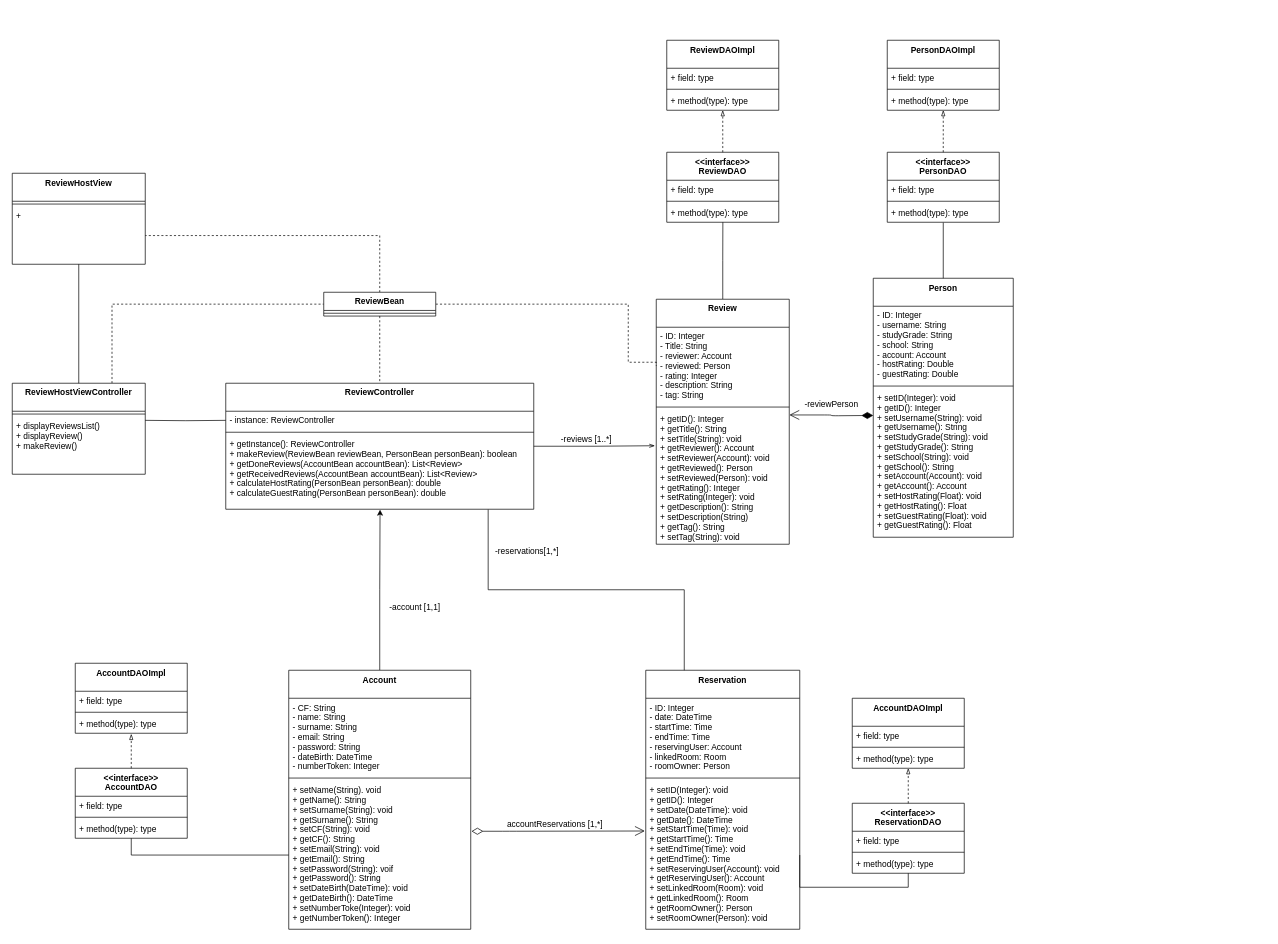
nic-agos/DoveStudi keeps this draw.io diagram as Deliverables/Design Level Class Diagram/DLCD ReviewHost Agostinelli.drawio. Above is the earlier version. Source tidied: cells renumbered, new cells numbered last; positions are measured from the earlier drawing's top-left corner, leaving out a move shared by most shapes. Both pictures are drawn from the tidied source at 70%, with x=0, y=0 at pixel (12, 40).
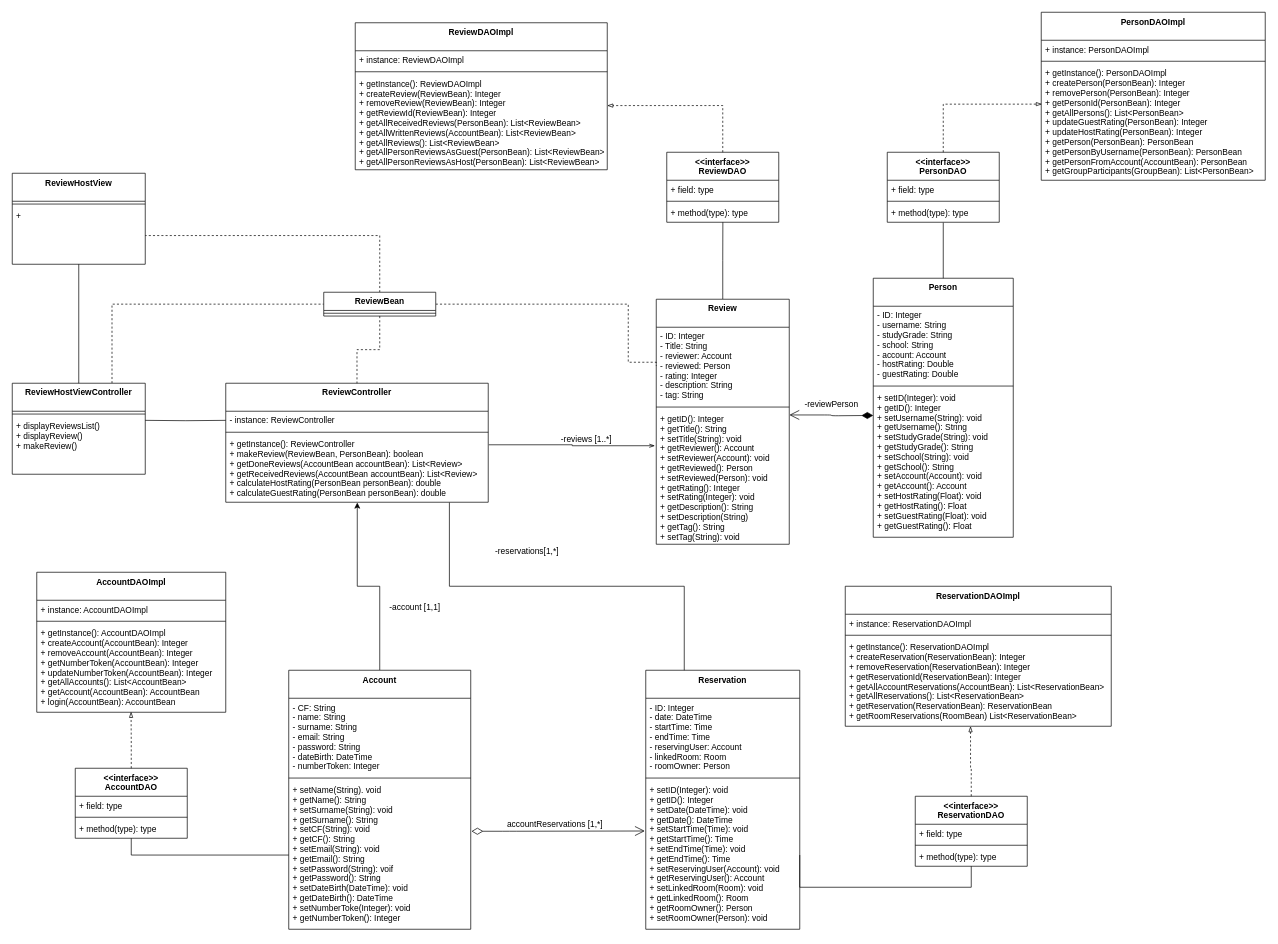
The same diagram, later.

Unchanged cells that the change refers to:
```xml
<mxCell id="20" value="+ getID(): Integer&#10;+ getTitle(): String&#10;+ setTitle(String): void&#10;+ getReviewer(): Account&#10;+ setReviewer(Account): void&#10;+ getReviewed(): Person&#10;+ setReviewed(Person): void&#10;+ getRating(): Integer&#10;+ setRating(Integer): void&#10;+ getDescription(): String&#10;+ setDescription(String)&#10;+ getTag(): String&#10;+ setTag(String): void" style="text;strokeColor=none;fillColor=none;align=left;verticalAlign=top;spacingLeft=4;spacingRight=4;overflow=hidden;points=[[0,0.5],[1,0.5]];portConstraint=eastwest;" parent="17" vertex="1">
  <mxGeometry y="158" width="190" height="192" as="geometry" />
</mxCell>
<mxCell id="26" value="&lt;&lt;interface&gt;&gt;&#10;ReviewDAO" style="swimlane;fontStyle=1;align=center;verticalAlign=top;horizontal=1;startSize=40;" parent="1" vertex="1">
  <mxGeometry x="935" y="160" width="160" height="100" as="geometry" />
</mxCell>
<mxCell id="42" value="&lt;&lt;interface&gt;&gt;&#10;PersonDAO" style="swimlane;fontStyle=1;align=center;verticalAlign=top;horizontal=1;startSize=40;" parent="1" vertex="1">
  <mxGeometry x="1250" y="160" width="160" height="100" as="geometry" />
</mxCell>
<mxCell id="52" value="&lt;&lt;interface&gt;&gt;&#10;AccountDAO" style="swimlane;fontStyle=1;align=center;verticalAlign=top;horizontal=1;startSize=40;" parent="1" vertex="1">
  <mxGeometry x="90" y="1040" width="160" height="100" as="geometry" />
</mxCell>
<mxCell id="67" value="+ setID(Integer): void &#10;+ getID(): Integer&#10;+ setDate(DateTime): void&#10;+ getDate(): DateTime&#10;+ setStartTime(Time): void&#10;+ getStartTime(): Time&#10;+ setEndTime(Time): void&#10;+ getEndTime(): Time&#10;+ setReservingUser(Account): void&#10;+ getReservingUser(): Account&#10;+ setLinkedRoom(Room): void&#10;+ getLinkedRoom(): Room&#10;+ getRoomOwner(): Person&#10;+ setRoomOwner(Person): void&#10;" style="text;strokeColor=none;fillColor=none;align=left;verticalAlign=top;spacingLeft=4;spacingRight=4;overflow=hidden;points=[[0,0.5],[1,0.5]];portConstraint=eastwest;" parent="64" vertex="1">
  <mxGeometry y="158" width="220" height="212" as="geometry" />
</mxCell>
<mxCell id="75" value="+ method(type): type" style="text;strokeColor=none;fillColor=none;align=left;verticalAlign=top;spacingLeft=4;spacingRight=4;overflow=hidden;points=[[0,0.5],[1,0.5]];portConstraint=eastwest;" parent="72" vertex="1">
  <mxGeometry y="74" width="160" height="26" as="geometry" />
</mxCell>
```

Diff of the diagram source:
```diff
@@
-    <mxCell id="2" style="edgeStyle=orthogonalEdgeStyle;rounded=0;jettySize=auto;html=1;entryX=-0.01;entryY=0.267;entryDx=0;entryDy=0;entryPerimeter=0;endArrow=openThin;endFill=0;" parent="1" edge="1" source="3" target="20">
+    <mxCell id="2" style="edgeStyle=orthogonalEdgeStyle;rounded=0;jettySize=auto;html=1;entryX=-0.01;entryY=0.267;entryDx=0;entryDy=0;entryPerimeter=0;endArrow=openThin;endFill=0;exitX=1.002;exitY=0.145;exitDx=0;exitDy=0;exitPerimeter=0;" parent="1" edge="1" source="6" target="20">
       <mxGeometry relative="1" as="geometry" />
     </mxCell>
     <mxCell id="3" value="ReviewController" style="swimlane;fontStyle=1;align=center;verticalAlign=top;horizontal=1;startSize=40;" parent="1" vertex="1">
-      <mxGeometry x="305" y="490" width="440" height="180" as="geometry" />
+      <mxGeometry x="305" y="490" width="375" height="170" as="geometry" />
     </mxCell>
     <mxCell id="4" value="- instance: ReviewController" style="text;strokeColor=none;fillColor=none;align=left;verticalAlign=top;spacingLeft=4;spacingRight=4;overflow=hidden;points=[[0,0.5],[1,0.5]];portConstraint=eastwest;" parent="3" vertex="1">
-      <mxGeometry y="40" width="440" height="26" as="geometry" />
+      <mxGeometry y="40" width="375" height="26" as="geometry" />
     </mxCell>
     <mxCell id="5" style="line;strokeWidth=1;fillColor=none;align=left;verticalAlign=middle;spacingTop=-1;spacingLeft=3;spacingRight=3;labelPosition=right;" parent="3" vertex="1">
-      <mxGeometry y="66" width="440" height="8" as="geometry" />
+      <mxGeometry y="66" width="375" height="8" as="geometry" />
     </mxCell>
-    <mxCell id="6" value="+ getInstance(): ReviewController&#10;+ makeReview(ReviewBean reviewBean, PersonBean personBean): boolean&#10;+ getDoneReviews(AccountBean accountBean): List&lt;Review&gt;&#10;+ getReceivedReviews(AccountBean accountBean): List&lt;Review&gt;&#10;+ calculateHostRating(PersonBean personBean): double&#10;+ calculateGuestRating(PersonBean personBean): double" style="text;strokeColor=none;fillColor=none;align=left;verticalAlign=top;spacingLeft=4;spacingRight=4;overflow=hidden;points=[[0,0.5],[1,0.5]];portConstraint=eastwest;" parent="3" vertex="1">
-      <mxGeometry y="74" width="440" height="106" as="geometry" />
+    <mxCell id="6" value="+ getInstance(): ReviewController&#10;+ makeReview(ReviewBean, PersonBean): boolean&#10;+ getDoneReviews(AccountBean accountBean): List&lt;Review&gt;&#10;+ getReceivedReviews(AccountBean accountBean): List&lt;Review&gt;&#10;+ calculateHostRating(PersonBean personBean): double&#10;+ calculateGuestRating(PersonBean personBean): double" style="text;strokeColor=none;fillColor=none;align=left;verticalAlign=top;spacingLeft=4;spacingRight=4;overflow=hidden;points=[[0,0.5],[1,0.5]];portConstraint=eastwest;" parent="3" vertex="1">
+      <mxGeometry y="74" width="375" height="96" as="geometry" />
     </mxCell>
@@
-    <mxCell id="30" style="edgeStyle=orthogonalEdgeStyle;rounded=0;jettySize=auto;html=1;endArrow=blockThin;endFill=0;dashed=1;exitX=0.5;exitY=0;exitDx=0;exitDy=0;" parent="1" edge="1" source="26" target="31">
-      <mxGeometry relative="1" as="geometry" />
+    <mxCell id="30" style="edgeStyle=orthogonalEdgeStyle;rounded=0;jettySize=auto;html=1;endArrow=blockThin;endFill=0;dashed=1;exitX=0.5;exitY=0;exitDx=0;exitDy=0;entryX=1;entryY=0.326;entryDx=0;entryDy=0;entryPerimeter=0;" parent="1" edge="1" source="26" target="95">
+      <mxGeometry relative="1" as="geometry">
+        <Array as="points">
+          <mxPoint x="1015" y="93" />
+        </Array>
+      </mxGeometry>
     </mxCell>
-    <mxCell id="31" value="ReviewDAOImpl" style="swimlane;fontStyle=1;align=center;verticalAlign=top;horizontal=1;startSize=40;" parent="1" vertex="1">
-      <mxGeometry x="935" width="160" height="100" as="geometry" />
-    </mxCell>
-    <mxCell id="32" value="+ field: type" style="text;strokeColor=none;fillColor=none;align=left;verticalAlign=top;spacingLeft=4;spacingRight=4;overflow=hidden;" parent="31" vertex="1">
-      <mxGeometry y="40" width="160" height="26" as="geometry" />
-    </mxCell>
-    <mxCell id="33" style="line;strokeWidth=1;fillColor=none;align=left;verticalAlign=middle;spacingTop=-1;spacingLeft=3;spacingRight=3;labelPosition=right;" parent="31" vertex="1">
-      <mxGeometry y="66" width="160" height="8" as="geometry" />
-    </mxCell>
-    <mxCell id="34" value="+ method(type): type" style="text;strokeColor=none;fillColor=none;align=left;verticalAlign=top;spacingLeft=4;spacingRight=4;overflow=hidden;" parent="31" vertex="1">
-      <mxGeometry y="74" width="160" height="26" as="geometry" />
-    </mxCell>
@@
-    <mxCell id="46" value="PersonDAOImpl" style="swimlane;fontStyle=1;align=center;verticalAlign=top;horizontal=1;startSize=40;" parent="1" vertex="1">
-      <mxGeometry x="1250" width="160" height="100" as="geometry" />
-    </mxCell>
-    <mxCell id="47" value="+ field: type" style="text;strokeColor=none;fillColor=none;align=left;verticalAlign=top;spacingLeft=4;spacingRight=4;overflow=hidden;" parent="46" vertex="1">
-      <mxGeometry y="40" width="160" height="26" as="geometry" />
-    </mxCell>
-    <mxCell id="48" style="line;strokeWidth=1;fillColor=none;align=left;verticalAlign=middle;spacingTop=-1;spacingLeft=3;spacingRight=3;labelPosition=right;" parent="46" vertex="1">
-      <mxGeometry y="66" width="160" height="8" as="geometry" />
-    </mxCell>
-    <mxCell id="49" value="+ method(type): type" style="text;strokeColor=none;fillColor=none;align=left;verticalAlign=top;spacingLeft=4;spacingRight=4;overflow=hidden;points=[[0,0.5],[1,0.5]];portConstraint=eastwest;" parent="46" vertex="1">
-      <mxGeometry y="74" width="160" height="26" as="geometry" />
-    </mxCell>
-    <mxCell id="50" style="edgeStyle=orthogonalEdgeStyle;rounded=0;jettySize=auto;html=1;endArrow=blockThin;endFill=0;dashed=1;exitX=0.5;exitY=0;exitDx=0;exitDy=0;entryX=0.5;entryY=0.998;entryDx=0;entryDy=0;entryPerimeter=0;" parent="1" edge="1" source="42" target="49">
+    <mxCell id="50" style="edgeStyle=orthogonalEdgeStyle;rounded=0;jettySize=auto;html=1;endArrow=blockThin;endFill=0;dashed=1;exitX=0.5;exitY=0;exitDx=0;exitDy=0;entryX=0.003;entryY=0.345;entryDx=0;entryDy=0;entryPerimeter=0;" parent="1" edge="1" source="42" target="88">
       <mxGeometry relative="1" as="geometry" />
     </mxCell>
@@
-    <mxCell id="56" value="AccountDAOImpl" style="swimlane;fontStyle=1;align=center;verticalAlign=top;horizontal=1;startSize=40;" parent="1" vertex="1">
-      <mxGeometry x="90" y="890" width="160" height="100" as="geometry" />
-    </mxCell>
-    <mxCell id="57" value="+ field: type" style="text;strokeColor=none;fillColor=none;align=left;verticalAlign=top;spacingLeft=4;spacingRight=4;overflow=hidden;" parent="56" vertex="1">
-      <mxGeometry y="40" width="160" height="26" as="geometry" />
-    </mxCell>
-    <mxCell id="58" style="line;strokeWidth=1;fillColor=none;align=left;verticalAlign=middle;spacingTop=-1;spacingLeft=3;spacingRight=3;labelPosition=right;" parent="56" vertex="1">
-      <mxGeometry y="66" width="160" height="8" as="geometry" />
-    </mxCell>
-    <mxCell id="59" value="+ method(type): type" style="text;strokeColor=none;fillColor=none;align=left;verticalAlign=top;spacingLeft=4;spacingRight=4;overflow=hidden;points=[[0,0.5],[1,0.5]];portConstraint=eastwest;" parent="56" vertex="1">
-      <mxGeometry y="74" width="160" height="26" as="geometry" />
-    </mxCell>
-    <mxCell id="60" style="edgeStyle=orthogonalEdgeStyle;rounded=0;jettySize=auto;html=1;endArrow=blockThin;endFill=0;dashed=1;exitX=0.5;exitY=0;exitDx=0;exitDy=0;entryX=0.5;entryY=1.038;entryDx=0;entryDy=0;entryPerimeter=0;" parent="1" edge="1" source="52" target="59">
+    <mxCell id="60" style="edgeStyle=orthogonalEdgeStyle;rounded=0;jettySize=auto;html=1;endArrow=blockThin;endFill=0;dashed=1;exitX=0.5;exitY=0;exitDx=0;exitDy=0;entryX=0.499;entryY=0.995;entryDx=0;entryDy=0;entryPerimeter=0;" parent="1" edge="1" source="52" target="99">
       <mxGeometry relative="1" as="geometry" />
     </mxCell>
@@
     <mxCell id="72" value="&lt;&lt;interface&gt;&gt;&#10;ReservationDAO" style="swimlane;fontStyle=1;align=center;verticalAlign=top;horizontal=1;startSize=40;" parent="1" vertex="1">
-      <mxGeometry x="1200" y="1090" width="160" height="100" as="geometry" />
+      <mxGeometry x="1290" y="1080" width="160" height="100" as="geometry" />
     </mxCell>
@@
-    <mxCell id="76" style="edgeStyle=orthogonalEdgeStyle;rounded=0;jettySize=auto;html=1;endArrow=blockThin;endFill=0;dashed=1;exitX=0.5;exitY=0;exitDx=0;exitDy=0;" parent="1" edge="1" source="72" target="77">
-      <mxGeometry relative="1" as="geometry" />
-    </mxCell>
-    <mxCell id="77" value="AccountDAOImpl" style="swimlane;fontStyle=1;align=center;verticalAlign=top;horizontal=1;startSize=40;" parent="1" vertex="1">
-      <mxGeometry x="1200" y="940" width="160" height="100" as="geometry" />
-    </mxCell>
-    <mxCell id="78" value="+ field: type" style="text;strokeColor=none;fillColor=none;align=left;verticalAlign=top;spacingLeft=4;spacingRight=4;overflow=hidden;" parent="77" vertex="1">
-      <mxGeometry y="40" width="160" height="26" as="geometry" />
-    </mxCell>
-    <mxCell id="79" style="line;strokeWidth=1;fillColor=none;align=left;verticalAlign=middle;spacingTop=-1;spacingLeft=3;spacingRight=3;labelPosition=right;" parent="77" vertex="1">
-      <mxGeometry y="66" width="160" height="8" as="geometry" />
-    </mxCell>
-    <mxCell id="80" value="+ method(type): type" style="text;strokeColor=none;fillColor=none;align=left;verticalAlign=top;spacingLeft=4;spacingRight=4;overflow=hidden;" parent="77" vertex="1">
-      <mxGeometry y="74" width="160" height="26" as="geometry" />
-    </mxCell>
     <mxCell id="81" style="edgeStyle=orthogonalEdgeStyle;rounded=0;jettySize=auto;html=1;entryX=0.5;entryY=1;entryDx=0;entryDy=0;entryPerimeter=0;endArrow=none;endFill=0;exitX=1;exitY=0.5;exitDx=0;exitDy=0;" parent="1" edge="1" source="67" target="75">
       <mxGeometry relative="1" as="geometry">
         <Array as="points">
           <mxPoint x="1125" y="1210" />
-          <mxPoint x="1280" y="1210" />
+          <mxPoint x="1370" y="1210" />
         </Array>
       </mxGeometry>
     </mxCell>
@@
+    <mxCell id="46" value="PersonDAOImpl" style="swimlane;fontStyle=1;align=center;verticalAlign=top;horizontal=1;startSize=40;" parent="1" vertex="1">
+      <mxGeometry x="1470" y="-40" width="320" height="240" as="geometry" />
+    </mxCell>
+    <mxCell id="86" value="+ instance: PersonDAOImpl" style="text;strokeColor=none;fillColor=none;align=left;verticalAlign=top;spacingLeft=4;spacingRight=4;overflow=hidden;" parent="46" vertex="1">
+      <mxGeometry y="40" width="320" height="26" as="geometry" />
+    </mxCell>
+    <mxCell id="87" style="line;strokeWidth=1;fillColor=none;align=left;verticalAlign=middle;spacingTop=-1;spacingLeft=3;spacingRight=3;labelPosition=right;" parent="46" vertex="1">
+      <mxGeometry y="66" width="320" height="8" as="geometry" />
+    </mxCell>
+    <mxCell id="88" value="+ getInstance(): PersonDAOImpl&#10;+ createPerson(PersonBean): Integer&#10;+ removePerson(PersonBean): Integer&#10;+ getPersonId(PersonBean): Integer&#10;+ getAllPersons(): List&lt;PersonBean&gt;&#10;+ updateGuestRating(PersonBean): Integer&#10;+ updateHostRating(PersonBean): Integer&#10;+ getPerson(PersonBean): PersonBean&#10;+ getPersonByUsername(PersonBean): PersonBean&#10;+ getPersonFromAccount(AccountBean): PersonBean&#10;+ getGroupParticipants(GroupBean): List&lt;PersonBean&gt;" style="text;strokeColor=none;fillColor=none;align=left;verticalAlign=top;spacingLeft=4;spacingRight=4;overflow=hidden;points=[[0,0.5],[1,0.5]];portConstraint=eastwest;" parent="46" vertex="1">
+      <mxGeometry y="74" width="320" height="166" as="geometry" />
+    </mxCell>
+    <mxCell id="89" value="ReservationDAOImpl" style="swimlane;fontStyle=1;align=center;verticalAlign=top;horizontal=1;startSize=40;" parent="1" vertex="1">
+      <mxGeometry x="1190" y="780" width="380" height="200" as="geometry" />
+    </mxCell>
+    <mxCell id="90" value="+ instance: ReservationDAOImpl" style="text;strokeColor=none;fillColor=none;align=left;verticalAlign=top;spacingLeft=4;spacingRight=4;overflow=hidden;" parent="89" vertex="1">
+      <mxGeometry y="40" width="380" height="26" as="geometry" />
+    </mxCell>
+    <mxCell id="91" style="line;strokeWidth=1;fillColor=none;align=left;verticalAlign=middle;spacingTop=-1;spacingLeft=3;spacingRight=3;labelPosition=right;" parent="89" vertex="1">
+      <mxGeometry y="66" width="380" height="8" as="geometry" />
+    </mxCell>
+    <mxCell id="92" value="+ getInstance(): ReservationDAOImpl&#10;+ createReservation(ReservationBean): Integer&#10;+ removeReservation(ReservationBean): Integer&#10;+ getReservationId(ReservationBean): Integer&#10;+ getAllAccountReservations(AccountBean): List&lt;ReservationBean&gt;&#10;+ getAllReservations(): List&lt;ReservationBean&gt;&#10;+ getReservation(ReservationBean): ReservationBean&#10;+ getRoomReservations(RoomBean) List&lt;ReservationBean&gt;" style="text;strokeColor=none;fillColor=none;align=left;verticalAlign=top;spacingLeft=4;spacingRight=4;overflow=hidden;points=[[0,0.5],[1,0.5]];portConstraint=eastwest;" parent="89" vertex="1">
+      <mxGeometry y="74" width="380" height="126" as="geometry" />
+    </mxCell>
+    <mxCell id="31" value="ReviewDAOImpl" style="swimlane;fontStyle=1;align=center;verticalAlign=top;horizontal=1;startSize=40;" parent="1" vertex="1">
+      <mxGeometry x="490" y="-25" width="360" height="210" as="geometry" />
+    </mxCell>
+    <mxCell id="93" value="+ instance: ReviewDAOImpl" style="text;strokeColor=none;fillColor=none;align=left;verticalAlign=top;spacingLeft=4;spacingRight=4;overflow=hidden;" parent="31" vertex="1">
+      <mxGeometry y="40" width="360" height="26" as="geometry" />
+    </mxCell>
+    <mxCell id="94" style="line;strokeWidth=1;fillColor=none;align=left;verticalAlign=middle;spacingTop=-1;spacingLeft=3;spacingRight=3;labelPosition=right;" parent="31" vertex="1">
+      <mxGeometry y="66" width="360" height="8" as="geometry" />
+    </mxCell>
+    <mxCell id="95" value="+ getInstance(): ReviewDAOImpl&#10;+ createReview(ReviewBean): Integer&#10;+ removeReview(ReviewBean): Integer&#10;+ getReviewId(ReviewBean): Integer &#10;+ getAllReceivedReviews(PersonBean): List&lt;ReviewBean&gt;&#10;+ getAllWrittenReviews(AccountBean): List&lt;ReviewBean&gt;&#10;+ getAllReviews(): List&lt;ReviewBean&gt;&#10;+ getAllPersonReviewsAsGuest(PersonBean): List&lt;ReviewBean&gt;&#10;+ getAllPersonReviewsAsHost(PersonBean): List&lt;ReviewBean&gt;" style="text;strokeColor=none;fillColor=none;align=left;verticalAlign=top;spacingLeft=4;spacingRight=4;overflow=hidden;points=[[0,0.5],[1,0.5]];portConstraint=eastwest;" parent="31" vertex="1">
+      <mxGeometry y="74" width="360" height="136" as="geometry" />
+    </mxCell>
+    <mxCell id="96" value="AccountDAOImpl" style="swimlane;fontStyle=1;align=center;verticalAlign=top;horizontal=1;startSize=40;" parent="1" vertex="1">
+      <mxGeometry x="35" y="760" width="270" height="200" as="geometry" />
+    </mxCell>
+    <mxCell id="97" value="+ instance: AccountDAOImpl" style="text;strokeColor=none;fillColor=none;align=left;verticalAlign=top;spacingLeft=4;spacingRight=4;overflow=hidden;" parent="96" vertex="1">
+      <mxGeometry y="40" width="270" height="26" as="geometry" />
+    </mxCell>
+    <mxCell id="98" style="line;strokeWidth=1;fillColor=none;align=left;verticalAlign=middle;spacingTop=-1;spacingLeft=3;spacingRight=3;labelPosition=right;" parent="96" vertex="1">
+      <mxGeometry y="66" width="270" height="8" as="geometry" />
+    </mxCell>
+    <mxCell id="99" value="+ getInstance(): AccountDAOImpl&#10;+ createAccount(AccountBean): Integer&#10;+ removeAccount(AccountBean): Integer&#10;+ getNumberToken(AccountBean): Integer&#10;+ updateNumberToken(AccountBean): Integer&#10;+ getAllAccounts(): List&lt;AccountBean&gt;&#10;+ getAccount(AccountBean): AccountBean&#10;+ login(AccountBean): AccountBean" style="text;strokeColor=none;fillColor=none;align=left;verticalAlign=top;spacingLeft=4;spacingRight=4;overflow=hidden;points=[[0,0.5],[1,0.5]];portConstraint=eastwest;" parent="96" vertex="1">
+      <mxGeometry y="74" width="270" height="126" as="geometry" />
+    </mxCell>
+    <mxCell id="100" style="edgeStyle=orthogonalEdgeStyle;rounded=0;jettySize=auto;html=1;endArrow=blockThin;endFill=0;dashed=1;exitX=0.5;exitY=0;exitDx=0;exitDy=0;entryX=0.471;entryY=1;entryDx=0;entryDy=0;entryPerimeter=0;" parent="1" edge="1" source="72" target="92">
+      <mxGeometry relative="1" as="geometry">
+        <Array as="points">
+          <mxPoint x="1370" y="1040" />
+          <mxPoint x="1369" y="1040" />
+        </Array>
+      </mxGeometry>
+    </mxCell>
```
